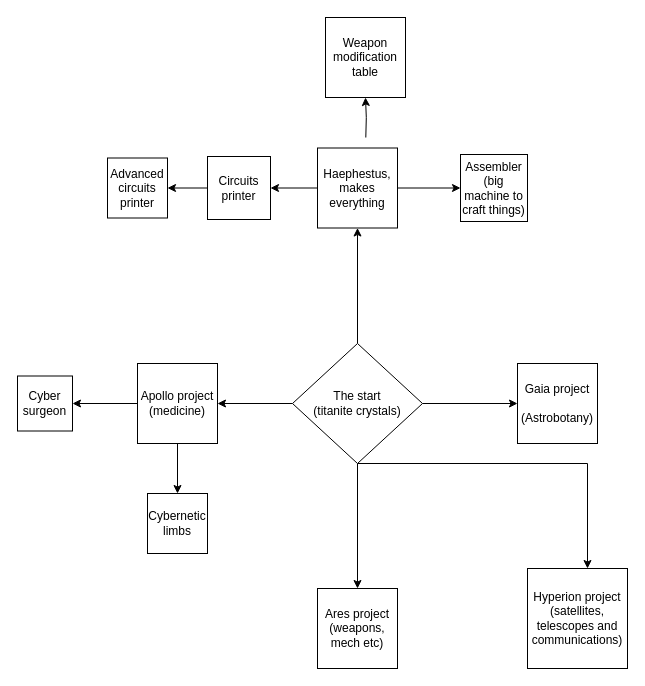
The draw.io diagram page "Page-1" (1 of 9) of SynchromaProgression.drawio in x3rdev/Synchroma, before the edit. Source tidied: cells renumbered, new cells numbered last; positions are measured from the earlier drawing's top-left corner, leaving out a move shared by most shapes. Both pictures are drawn from the tidied source at 100%, with x=0, y=0 at pixel (17, 17).
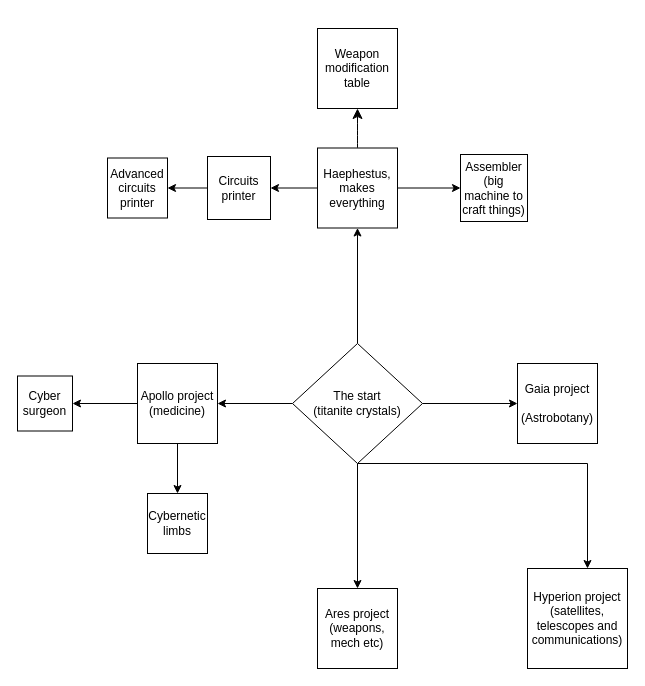
Above is the later version.

Unchanged cells that the change refers to:
```xml
<mxCell id="24" value="Haephestus, makes everything" style="whiteSpace=wrap;html=1;" parent="1" vertex="1">
  <mxGeometry x="300" y="130.5" width="80" height="80" as="geometry" />
</mxCell>
```

The edit, as a diff of the source:
```diff
@@
-    <mxCell id="8" style="edgeStyle=orthogonalEdgeStyle;rounded=0;jettySize=auto;html=1;entryX=0.5;entryY=1;entryDx=0;entryDy=0;" parent="1" edge="1" target="13">
-      <mxGeometry relative="1" as="geometry">
-        <mxPoint x="348.3" y="120" as="sourcePoint" />
-      </mxGeometry>
-    </mxCell>
@@
     <mxCell id="13" value="Weapon modification table" style="whiteSpace=wrap;html=1;" parent="1" vertex="1">
-      <mxGeometry x="308" width="80" height="80" as="geometry" />
+      <mxGeometry x="300" y="11" width="80" height="80" as="geometry" />
     </mxCell>
@@
+    <mxCell id="25" style="edgeStyle=none;curved=1;rounded=0;jettySize=auto;html=1;fontSize=12;startSize=8;endSize=8;" parent="1" edge="1" source="24" target="13">
+      <mxGeometry relative="1" as="geometry" />
+    </mxCell>
```
